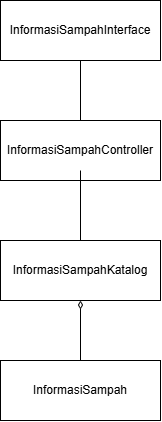
Earlier version of the draw.io export docs/M5/assets/diagram/UC05-class-diagram.png (sy-150/IF2150-RPL-K02-G05). Source tidied: cells renumbered, new cells last; positions are measured from the earlier drawing's top-left corner, leaving out a move shared by most shapes.
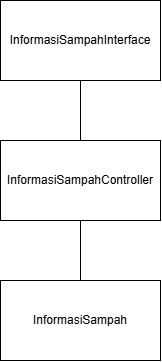
After the commit.

Commit message:
docs: Menambahkan bagain 1.2 dan memperbaiki bagian 5.2.5

Change to the diagram source:
```diff
@@ -2,52 +2,38 @@
   <root>
     <mxCell id="0" />
     <mxCell id="1" parent="0" />
-    <mxCell id="2" style="group;" parent="1" vertex="1">
-      <mxGeometry width="160" height="60" as="geometry" />
-    </mxCell>
-    <mxCell id="3" style="rounded=0;whiteSpace=wrap;html=1;" parent="2" vertex="1">
-      <mxGeometry width="160" height="60" as="geometry" />
-    </mxCell>
+    <mxCell id="17" style="group;" parent="1" vertex="1">
+      <mxGeometry y="150" width="160" height="80" as="geometry" />
+    </mxCell>
+    <mxCell id="18" style="rounded=0;whiteSpace=wrap;html=1;" parent="17" vertex="1">
+      <mxGeometry width="160" height="80" as="geometry" />
+    </mxCell>
-    <mxCell id="4" value="InformasiSampahInterface" style="text;html=1;whiteSpace=wrap;strokeColor=none;fillColor=none;align=center;verticalAlign=middle;rounded=0;" parent="2" vertex="1">
-      <mxGeometry width="160" height="60" as="geometry" />
+    <mxCell id="4" value="InformasiSampahInterface" style="text;html=1;whiteSpace=wrap;strokeColor=none;fillColor=none;align=center;verticalAlign=middle;rounded=0;" parent="17" vertex="1">
+      <mxGeometry width="160" height="80" as="geometry" />
     </mxCell>
-    <mxCell id="5" style="group;" parent="1" vertex="1">
-      <mxGeometry y="240" width="160" height="60" as="geometry" />
-    </mxCell>
-    <mxCell id="6" style="rounded=0;whiteSpace=wrap;html=1;" parent="5" vertex="1">
-      <mxGeometry width="160" height="60" as="geometry" />
-    </mxCell>
-    <mxCell id="7" value="InformasiSampahKatalog" style="text;html=1;whiteSpace=wrap;strokeColor=none;fillColor=none;align=center;verticalAlign=middle;rounded=0;" parent="5" vertex="1">
-      <mxGeometry width="160" height="60" as="geometry" />
-    </mxCell>
-    <mxCell id="8" style="group;" parent="1" vertex="1">
-      <mxGeometry y="360" width="160" height="60" as="geometry" />
-    </mxCell>
-    <mxCell id="9" style="rounded=0;whiteSpace=wrap;html=1;" parent="8" vertex="1">
-      <mxGeometry width="160" height="60" as="geometry" />
-    </mxCell>
+    <mxCell id="19" style="group;" parent="1" vertex="1">
+      <mxGeometry y="290" width="160" height="80" as="geometry" />
+    </mxCell>
+    <mxCell id="20" style="rounded=0;whiteSpace=wrap;html=1;" parent="19" vertex="1">
+      <mxGeometry width="160" height="80" as="geometry" />
+    </mxCell>
+    <mxCell id="13" value="InformasiSampahController" style="text;html=1;whiteSpace=wrap;strokeColor=none;fillColor=none;align=center;verticalAlign=middle;rounded=0;" parent="19" vertex="1">
+      <mxGeometry width="160" height="80" as="geometry" />
+    </mxCell>
+    <mxCell id="21" style="group;" parent="1" vertex="1">
+      <mxGeometry y="430" width="160" height="80" as="geometry" />
+    </mxCell>
+    <mxCell id="22" style="rounded=0;whiteSpace=wrap;html=1;" parent="21" vertex="1">
+      <mxGeometry width="160" height="80" as="geometry" />
+    </mxCell>
-    <mxCell id="10" value="InformasiSampah" style="text;html=1;whiteSpace=wrap;strokeColor=none;fillColor=none;align=center;verticalAlign=middle;rounded=0;" parent="8" vertex="1">
-      <mxGeometry width="160" height="60" as="geometry" />
+    <mxCell id="10" value="InformasiSampah" style="text;html=1;whiteSpace=wrap;strokeColor=none;fillColor=none;align=center;verticalAlign=middle;rounded=0;" parent="21" vertex="1">
+      <mxGeometry width="160" height="80" as="geometry" />
     </mxCell>
-    <mxCell id="11" style="group;" parent="1" vertex="1">
-      <mxGeometry y="120" width="160" height="60" as="geometry" />
-    </mxCell>
-    <mxCell id="12" style="rounded=0;whiteSpace=wrap;html=1;" parent="11" vertex="1">
-      <mxGeometry width="160" height="60" as="geometry" />
-    </mxCell>
-    <mxCell id="13" value="InformasiSampahController" style="text;html=1;whiteSpace=wrap;strokeColor=none;fillColor=none;align=center;verticalAlign=middle;rounded=0;" parent="11" vertex="1">
-      <mxGeometry width="160" height="60" as="geometry" />
-    </mxCell>
-    <mxCell id="14" style="endArrow=none;html=1;rounded=0;entryX=0.5;entryY=0;entryDx=0;entryDy=0;exitX=0.5;exitY=1;exitDx=0;exitDy=0;" parent="1" edge="1" source="4" target="13">
-      <mxGeometry relative="1" as="geometry" />
-    </mxCell>
-    <mxCell id="15" style="endArrow=none;html=1;rounded=0;exitX=0.5;exitY=0;exitDx=0;exitDy=0;" parent="1" edge="1" source="7">
-      <mxGeometry relative="1" as="geometry">
-        <mxPoint x="80" y="170" as="targetPoint" />
-      </mxGeometry>
-    </mxCell>
-    <mxCell id="16" style="endArrow=diamondThin;html=1;rounded=0;entryX=0.5;entryY=1;entryDx=0;entryDy=0;exitX=0.5;exitY=0;exitDx=0;exitDy=0;startArrow=none;startFill=0;endFill=0;" parent="1" edge="1" source="10" target="7">
-      <mxGeometry relative="1" as="geometry" />
-    </mxCell>
+    <mxCell id="23" style="endArrow=none;html=1;rounded=0;entryX=0.5;entryY=1;entryDx=0;entryDy=0;exitX=0.5;exitY=0;exitDx=0;exitDy=0;" parent="1" edge="1" source="10" target="13">
+      <mxGeometry relative="1" as="geometry" />
+    </mxCell>
+    <mxCell id="24" style="endArrow=none;html=1;rounded=0;exitX=0.5;exitY=0;exitDx=0;exitDy=0;entryX=0.5;entryY=1;entryDx=0;entryDy=0;" parent="1" edge="1" source="13" target="4">
+      <mxGeometry relative="1" as="geometry" />
+    </mxCell>
   </root>
 </mxGraphModel>
```
